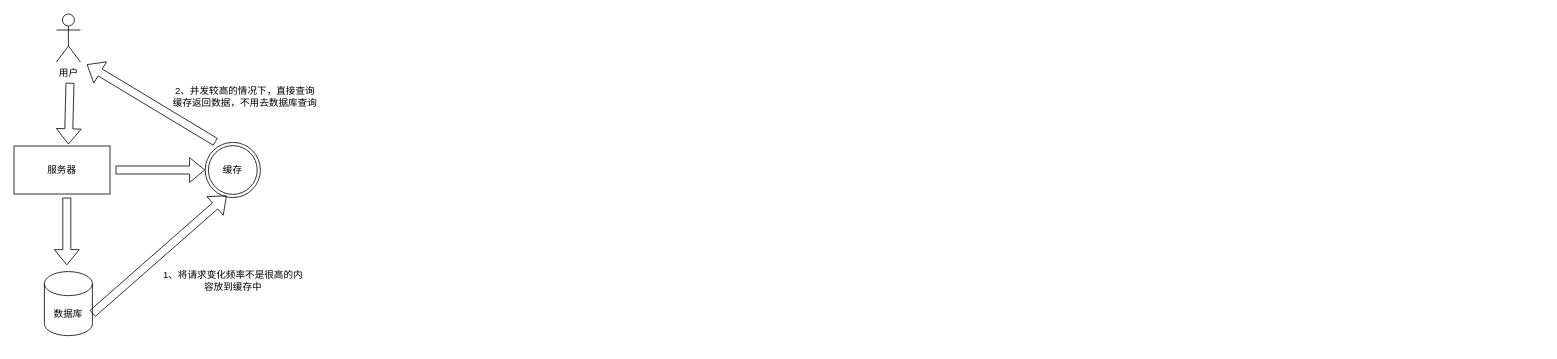
The draw.io diagram blog/blog-cache.drawio in began-zhao/studydraw, before the edit. Source tidied: cells renumbered, new cells numbered last; positions are measured from the earlier drawing's top-left corner, leaving out a move shared by most shapes. Both pictures are drawn from the tidied source at 80%, with x=0, y=0 at pixel (14, 14).
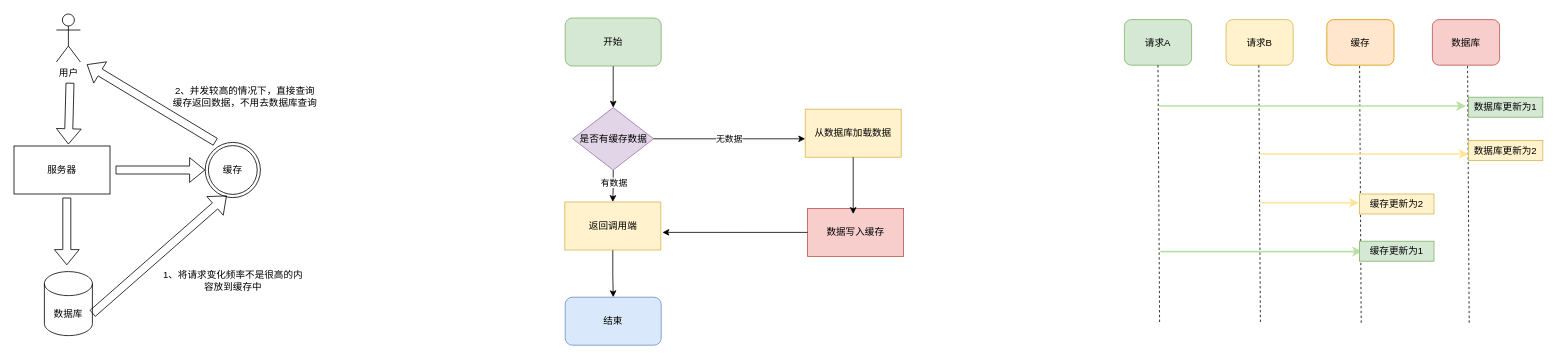
The same page after the edit.

Diff of the diagram source:
```diff
@@
+    <mxCell id="13" style="edgeStyle=orthogonalEdgeStyle;rounded=0;jettySize=auto;html=1;exitX=0.5;exitY=1;exitDx=0;exitDy=0;" parent="1" edge="1" source="14" target="17">
+      <mxGeometry relative="1" as="geometry" />
+    </mxCell>
+    <mxCell id="14" value="开始" style="rounded=1;whiteSpace=wrap;html=1;fillColor=#d5e8d4;strokeColor=#82b366;" parent="1" vertex="1">
+      <mxGeometry x="689" y="5" width="120" height="60" as="geometry" />
+    </mxCell>
+    <mxCell id="15" style="edgeStyle=orthogonalEdgeStyle;rounded=0;jettySize=auto;html=1;exitX=0.5;exitY=1;exitDx=0;exitDy=0;entryX=0.5;entryY=0;entryDx=0;entryDy=0;" parent="1" edge="1" source="17" target="22">
+      <mxGeometry relative="1" as="geometry" />
+    </mxCell>
+    <mxCell id="16" value="有数据" style="edgeLabel;html=1;align=center;verticalAlign=middle;" parent="15" vertex="1">
+      <mxGeometry x="-0.26" relative="1" as="geometry" />
+    </mxCell>
+    <mxCell id="17" value="是否有缓存数据" style="rhombus;whiteSpace=wrap;html=1;fillColor=#e1d5e7;strokeColor=#9673a6;" parent="1" vertex="1">
+      <mxGeometry x="698.5" y="117" width="101" height="78" as="geometry" />
+    </mxCell>
+    <mxCell id="18" value="结束" style="rounded=1;whiteSpace=wrap;html=1;fillColor=#dae8fc;strokeColor=#6c8ebf;" parent="1" vertex="1">
+      <mxGeometry x="689" y="354" width="120" height="60" as="geometry" />
+    </mxCell>
+    <mxCell id="19" value="从数据库加载数据" style="rounded=0;whiteSpace=wrap;html=1;fillColor=#fff2cc;strokeColor=#d6b656;" parent="1" vertex="1">
+      <mxGeometry x="989" y="119" width="120" height="60" as="geometry" />
+    </mxCell>
+    <mxCell id="20" value="数据写入缓存" style="rounded=0;whiteSpace=wrap;html=1;fillColor=#f8cecc;strokeColor=#b85450;" parent="1" vertex="1">
+      <mxGeometry x="992" y="243" width="120" height="60" as="geometry" />
+    </mxCell>
+    <mxCell id="21" style="edgeStyle=orthogonalEdgeStyle;rounded=0;jettySize=auto;html=1;exitX=0.5;exitY=1;exitDx=0;exitDy=0;" parent="1" edge="1" source="22" target="18">
+      <mxGeometry relative="1" as="geometry" />
+    </mxCell>
+    <mxCell id="22" value="返回调用端" style="rounded=0;whiteSpace=wrap;html=1;fillColor=#fff2cc;strokeColor=#d6b656;" parent="1" vertex="1">
+      <mxGeometry x="688.5" y="235" width="120" height="60" as="geometry" />
+    </mxCell>
+    <mxCell id="23" value="无数据" style="edgeStyle=orthogonalEdgeStyle;rounded=0;jettySize=auto;html=1;exitX=1;exitY=0.5;exitDx=0;exitDy=0;entryX=0;entryY=0.617;entryDx=0;entryDy=0;entryPerimeter=0;" parent="1" edge="1" source="17" target="19">
+      <mxGeometry relative="1" as="geometry" />
+    </mxCell>
+    <mxCell id="24" style="edgeStyle=orthogonalEdgeStyle;rounded=0;jettySize=auto;html=1;exitX=0.5;exitY=1;exitDx=0;exitDy=0;entryX=0.475;entryY=0.117;entryDx=0;entryDy=0;entryPerimeter=0;" parent="1" edge="1" source="19" target="20">
+      <mxGeometry relative="1" as="geometry" />
+    </mxCell>
+    <mxCell id="25" style="edgeStyle=orthogonalEdgeStyle;rounded=0;jettySize=auto;html=1;exitX=0;exitY=0.5;exitDx=0;exitDy=0;entryX=1.017;entryY=0.633;entryDx=0;entryDy=0;entryPerimeter=0;" parent="1" edge="1" source="20" target="22">
+      <mxGeometry relative="1" as="geometry" />
+    </mxCell>
+    <mxCell id="26" value="请求A" style="rounded=1;whiteSpace=wrap;html=1;fillColor=#d5e8d4;strokeColor=#82b366;" parent="1" vertex="1">
+      <mxGeometry x="1388" y="7" width="84" height="57" as="geometry" />
+    </mxCell>
+    <mxCell id="27" value="请求B" style="rounded=1;whiteSpace=wrap;html=1;fillColor=#fff2cc;strokeColor=#d6b656;" parent="1" vertex="1">
+      <mxGeometry x="1515" y="7" width="84" height="57" as="geometry" />
+    </mxCell>
+    <mxCell id="28" value="缓存" style="rounded=1;whiteSpace=wrap;html=1;fillColor=#ffe6cc;strokeColor=#d79b00;" parent="1" vertex="1">
+      <mxGeometry x="1641" y="7" width="84" height="57" as="geometry" />
+    </mxCell>
+    <mxCell id="29" value="数据库" style="rounded=1;whiteSpace=wrap;html=1;fillColor=#f8cecc;strokeColor=#b85450;" parent="1" vertex="1">
+      <mxGeometry x="1773" y="7" width="84" height="57" as="geometry" />
+    </mxCell>
+    <mxCell id="30" style="endArrow=none;dashed=1;html=1;rounded=0;exitX=0.5;exitY=1;exitDx=0;exitDy=0;" parent="1" edge="1" source="26">
+      <mxGeometry relative="1" as="geometry">
+        <mxPoint x="1432" y="387" as="targetPoint" />
+      </mxGeometry>
+    </mxCell>
+    <mxCell id="31" style="endArrow=none;dashed=1;html=1;rounded=0;exitX=0.5;exitY=1;exitDx=0;exitDy=0;" parent="1" edge="1">
+      <mxGeometry relative="1" as="geometry">
+        <mxPoint x="1556" y="64" as="sourcePoint" />
+        <mxPoint x="1558" y="387" as="targetPoint" />
+      </mxGeometry>
+    </mxCell>
+    <mxCell id="32" style="endArrow=none;dashed=1;html=1;rounded=0;exitX=0.5;exitY=1;exitDx=0;exitDy=0;" parent="1" edge="1">
+      <mxGeometry relative="1" as="geometry">
+        <mxPoint x="1682" y="65" as="sourcePoint" />
+        <mxPoint x="1684" y="388" as="targetPoint" />
+      </mxGeometry>
+    </mxCell>
+    <mxCell id="33" style="endArrow=none;dashed=1;html=1;rounded=0;exitX=0.5;exitY=1;exitDx=0;exitDy=0;" parent="1" edge="1">
+      <mxGeometry relative="1" as="geometry">
+        <mxPoint x="1817" y="65" as="sourcePoint" />
+        <mxPoint x="1819" y="388" as="targetPoint" />
+      </mxGeometry>
+    </mxCell>
+    <mxCell id="34" style="endArrow=classic;html=1;rounded=0;strokeColor=#B9E0A5;strokeWidth=2;" parent="1" edge="1">
+      <mxGeometry relative="1" as="geometry">
+        <mxPoint x="1431" y="115" as="sourcePoint" />
+        <mxPoint x="1815" y="115" as="targetPoint" />
+      </mxGeometry>
+    </mxCell>
+    <mxCell id="35" style="endArrow=classic;html=1;rounded=0;strokeColor=#FFE599;strokeWidth=2;" parent="1" edge="1">
+      <mxGeometry relative="1" as="geometry">
+        <mxPoint x="1557" y="175" as="sourcePoint" />
+        <mxPoint x="1818" y="175" as="targetPoint" />
+      </mxGeometry>
+    </mxCell>
+    <mxCell id="36" style="endArrow=classic;html=1;rounded=0;strokeColor=#FFE599;strokeWidth=2;" parent="1" edge="1">
+      <mxGeometry relative="1" as="geometry">
+        <mxPoint x="1558" y="236" as="sourcePoint" />
+        <mxPoint x="1681" y="236" as="targetPoint" />
+      </mxGeometry>
+    </mxCell>
+    <mxCell id="37" style="endArrow=classic;html=1;rounded=0;strokeColor=#B9E0A5;strokeWidth=2;" parent="1" edge="1">
+      <mxGeometry relative="1" as="geometry">
+        <mxPoint x="1433" y="297" as="sourcePoint" />
+        <mxPoint x="1685" y="297" as="targetPoint" />
+      </mxGeometry>
+    </mxCell>
+    <mxCell id="38" value="数据库更新为1" style="text;html=1;strokeColor=#82b366;fillColor=#d5e8d4;align=center;verticalAlign=middle;whiteSpace=wrap;rounded=0;" parent="1" vertex="1">
+      <mxGeometry x="1818" y="104" width="93" height="25" as="geometry" />
+    </mxCell>
+    <mxCell id="39" value="数据库更新为2" style="text;html=1;strokeColor=#d6b656;fillColor=#fff2cc;align=center;verticalAlign=middle;whiteSpace=wrap;rounded=0;" parent="1" vertex="1">
+      <mxGeometry x="1818" y="158" width="93" height="25" as="geometry" />
+    </mxCell>
+    <mxCell id="40" value="缓存更新为2" style="text;html=1;strokeColor=#d6b656;fillColor=#fff2cc;align=center;verticalAlign=middle;whiteSpace=wrap;rounded=0;" parent="1" vertex="1">
+      <mxGeometry x="1682" y="225" width="93" height="25" as="geometry" />
+    </mxCell>
+    <mxCell id="41" value="缓存更新为1" style="text;html=1;strokeColor=#82b366;fillColor=#d5e8d4;align=center;verticalAlign=middle;whiteSpace=wrap;rounded=0;" parent="1" vertex="1">
+      <mxGeometry x="1682" y="284" width="93" height="25" as="geometry" />
+    </mxCell>
```
